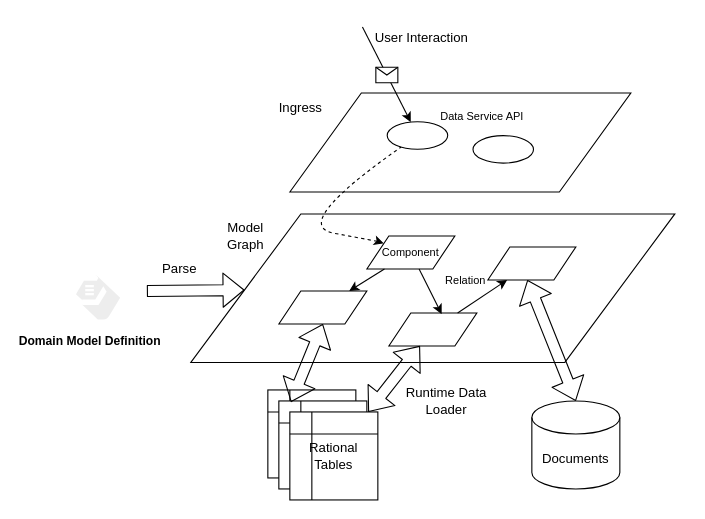
Before: docs/cora.drawio in nemoworks/cora, a draw.io diagram. Source tidied: cells renumbered, new cells numbered last; positions are measured from the earlier drawing's top-left corner, leaving out a move shared by most shapes. Both pictures are drawn from the tidied source at 110%, with x=0, y=0 at pixel (36, 26).
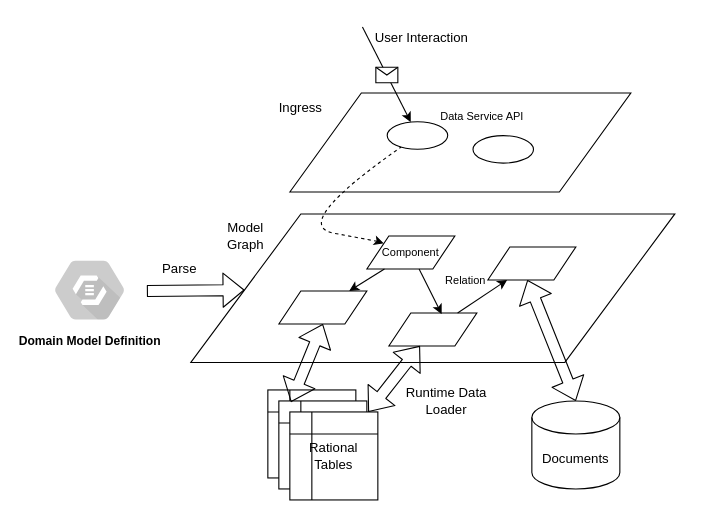
Above is the later version.

The edit, as a diff of the source:
```diff
@@
-    <mxCell id="28" value="Domain Model Definition" style="html=1;verticalAlign=top;labelPosition=center;verticalLabelPosition=bottom;align=center;spacingTop=-6;fontSize=11;fontStyle=1;shape=mxgraph.gcp2.hexIcon;prIcon=automl_natural_language;rounded=0;shadow=0;glass=0;sketch=0;" parent="1" vertex="1">
+    <mxCell id="28" value="Domain Model Definition" style="html=1;verticalAlign=top;labelPosition=center;verticalLabelPosition=bottom;align=center;spacingTop=-6;fontSize=11;fontStyle=1;shape=mxgraph.gcp2.hexIcon;prIcon=automl_natural_language;rounded=0;shadow=0;glass=0;sketch=0;fillColor=#CCCCCC;" parent="1" vertex="1">
       <mxGeometry y="200" width="96" height="78.5" as="geometry" />
     </mxCell>
```
